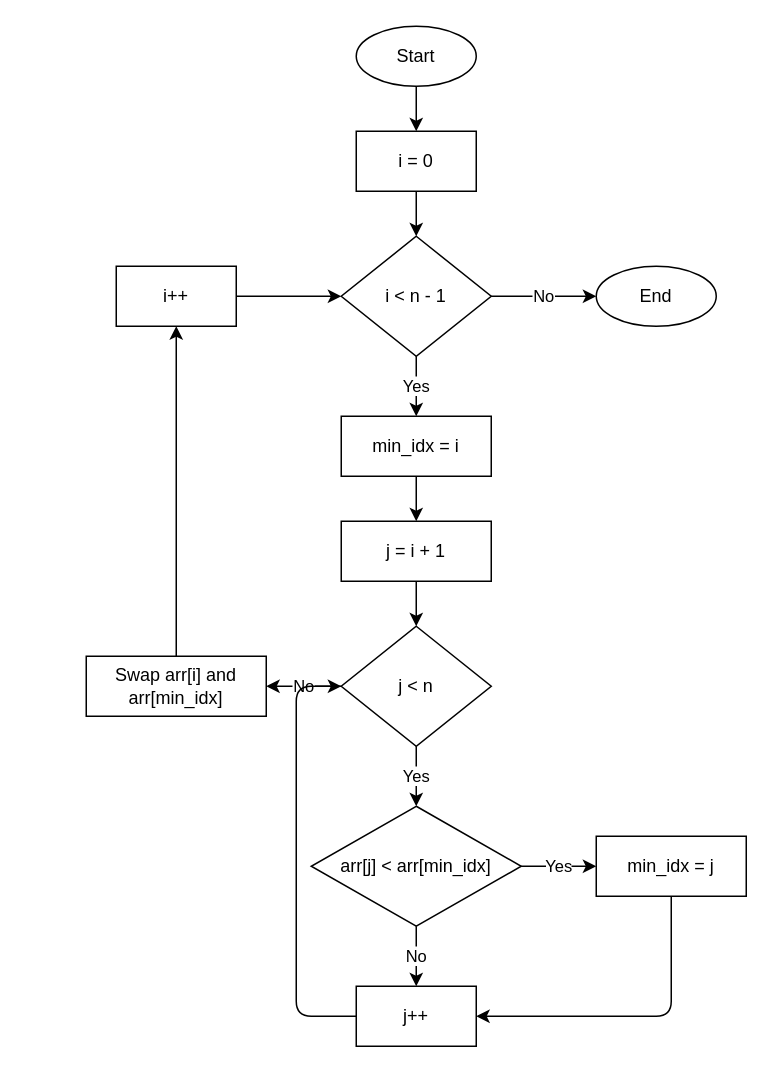
Above: drawio/SelectSort.drawio in ustmd/sortylize (draw.io), before the change. Source tidied: cells renumbered, new cells numbered last; positions are measured from the earlier drawing's top-left corner, leaving out a move shared by most shapes. Both pictures are drawn from the tidied source at 150%, with x=0, y=0 at pixel (86, 26).
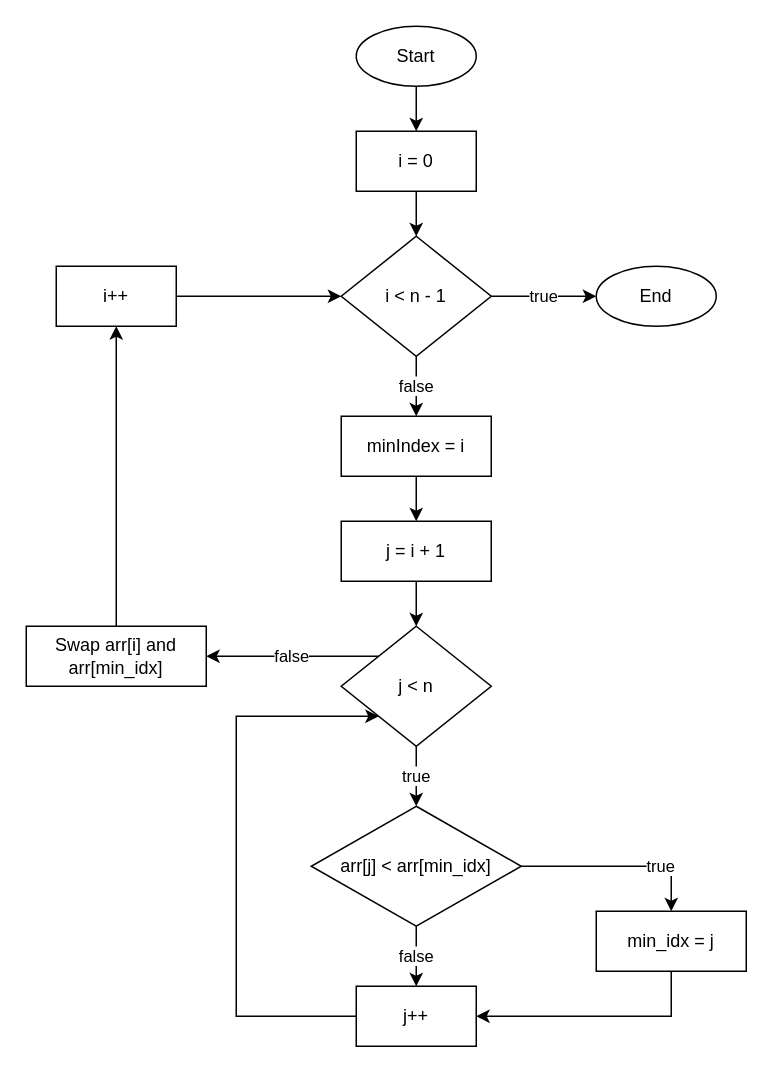
Above is the later version.

Unchanged cells that the change refers to:
```xml
<mxCell id="4" value="i &lt; n - 1" style="rhombus;whiteSpace=wrap;html=1;" parent="1" vertex="1">
  <mxGeometry x="170" y="140" width="100" height="80" as="geometry" />
</mxCell>
<mxCell id="7" value="j &lt; n" style="rhombus;whiteSpace=wrap;html=1;" parent="1" vertex="1">
  <mxGeometry x="170" y="400" width="100" height="80" as="geometry" />
</mxCell>
<mxCell id="8" value="arr[j] &lt; arr[min_idx]" style="rhombus;whiteSpace=wrap;html=1;" parent="1" vertex="1">
  <mxGeometry x="150" y="520" width="140" height="80" as="geometry" />
</mxCell>
<mxCell id="10" value="j++" style="rounded=0;whiteSpace=wrap;html=1;" parent="1" vertex="1">
  <mxGeometry x="180" y="640" width="80" height="40" as="geometry" />
</mxCell>
<mxCell id="13" value="End" style="ellipse;whiteSpace=wrap;html=1;" parent="1" vertex="1">
  <mxGeometry x="340" y="160" width="80" height="40" as="geometry" />
</mxCell>
```

The edit, as a diff of the source:
```diff
@@
-    <mxCell id="5" value="min_idx = i" style="rounded=0;whiteSpace=wrap;html=1;" parent="1" vertex="1">
+    <mxCell id="5" value="minIndex = i" style="rounded=0;whiteSpace=wrap;html=1;" parent="1" vertex="1">
       <mxGeometry x="170" y="260" width="100" height="40" as="geometry" />
     </mxCell>
@@
     <mxCell id="9" value="min_idx = j" style="rounded=0;whiteSpace=wrap;html=1;" parent="1" vertex="1">
-      <mxGeometry x="340" y="540" width="100" height="40" as="geometry" />
+      <mxGeometry x="340" y="590" width="100" height="40" as="geometry" />
     </mxCell>
@@
     <mxCell id="11" value="Swap arr[i] and arr[min_idx]" style="rounded=0;whiteSpace=wrap;html=1;" parent="1" vertex="1">
-      <mxGeometry y="420" width="120" height="40" as="geometry" />
+      <mxGeometry x="-40" y="400" width="120" height="40" as="geometry" />
     </mxCell>
     <mxCell id="12" value="i++" style="rounded=0;whiteSpace=wrap;html=1;" parent="1" vertex="1">
-      <mxGeometry x="20" y="160" width="80" height="40" as="geometry" />
+      <mxGeometry x="-20" y="160" width="80" height="40" as="geometry" />
     </mxCell>
@@
-    <mxCell id="16" value="Yes" style="endArrow=classic;html=1;exitX=0.5;exitY=1;exitDx=0;exitDy=0;entryX=0.5;entryY=0;entryDx=0;entryDy=0;" parent="1" edge="1" source="4" target="5">
+    <mxCell id="16" value="false" style="endArrow=classic;html=1;exitX=0.5;exitY=1;exitDx=0;exitDy=0;entryX=0.5;entryY=0;entryDx=0;entryDy=0;" parent="1" edge="1" source="4" target="5">
       <mxGeometry relative="1" as="geometry" />
     </mxCell>
-    <mxCell id="17" value="No" style="endArrow=classic;html=1;exitX=1;exitY=0.5;exitDx=0;exitDy=0;entryX=0;entryY=0.5;entryDx=0;entryDy=0;" parent="1" edge="1" source="4" target="13">
-      <mxGeometry relative="1" as="geometry" />
+    <mxCell id="17" value="true" style="endArrow=classic;html=1;exitX=1;exitY=0.5;exitDx=0;exitDy=0;entryX=0;entryY=0.5;entryDx=0;entryDy=0;" parent="1" edge="1" source="4" target="13">
+      <mxGeometry x="-0.01" relative="1" as="geometry" />
     </mxCell>
@@
-    <mxCell id="20" value="Yes" style="endArrow=classic;html=1;exitX=0.5;exitY=1;exitDx=0;exitDy=0;entryX=0.5;entryY=0;entryDx=0;entryDy=0;" parent="1" edge="1" source="7" target="8">
+    <mxCell id="20" value="true" style="endArrow=classic;html=1;exitX=0.5;exitY=1;exitDx=0;exitDy=0;entryX=0.5;entryY=0;entryDx=0;entryDy=0;" parent="1" edge="1" source="7" target="8">
       <mxGeometry relative="1" as="geometry" />
     </mxCell>
-    <mxCell id="21" value="No" style="endArrow=classic;html=1;exitX=0;exitY=0.5;exitDx=0;exitDy=0;entryX=1;entryY=0.5;entryDx=0;entryDy=0;" parent="1" edge="1" source="7" target="11">
-      <mxGeometry relative="1" as="geometry" />
+    <mxCell id="21" value="false" style="endArrow=classic;html=1;exitX=0;exitY=0;exitDx=0;exitDy=0;entryX=1;entryY=0.5;entryDx=0;entryDy=0;rounded=0;curved=0;" parent="1" edge="1" source="7" target="11">
+      <mxGeometry x="0.01" relative="1" as="geometry" />
     </mxCell>
-    <mxCell id="22" value="Yes" style="endArrow=classic;html=1;exitX=1;exitY=0.5;exitDx=0;exitDy=0;entryX=0;entryY=0.5;entryDx=0;entryDy=0;" parent="1" edge="1" source="8" target="9">
-      <mxGeometry relative="1" as="geometry" />
+    <mxCell id="22" value="true" style="endArrow=classic;html=1;exitX=1;exitY=0.5;exitDx=0;exitDy=0;entryX=0.5;entryY=0;entryDx=0;entryDy=0;rounded=0;curved=0;" parent="1" edge="1" source="8" target="9">
+      <mxGeometry x="0.43" relative="1" as="geometry">
+        <Array as="points">
+          <mxPoint x="390" y="560" />
+        </Array>
+      </mxGeometry>
     </mxCell>
-    <mxCell id="23" value="No" style="endArrow=classic;html=1;exitX=0.5;exitY=1;exitDx=0;exitDy=0;entryX=0.5;entryY=0;entryDx=0;entryDy=0;" parent="1" edge="1" source="8" target="10">
+    <mxCell id="23" value="false" style="endArrow=classic;html=1;exitX=0.5;exitY=1;exitDx=0;exitDy=0;entryX=0.5;entryY=0;entryDx=0;entryDy=0;" parent="1" edge="1" source="8" target="10">
       <mxGeometry relative="1" as="geometry" />
     </mxCell>
-    <mxCell id="24" style="endArrow=classic;html=1;exitX=0.5;exitY=1;exitDx=0;exitDy=0;entryX=1;entryY=0.5;entryDx=0;entryDy=0;" parent="1" edge="1" source="9" target="10">
+    <mxCell id="24" style="endArrow=classic;html=1;exitX=0.5;exitY=1;exitDx=0;exitDy=0;entryX=1;entryY=0.5;entryDx=0;entryDy=0;rounded=0;curved=0;" parent="1" edge="1" source="9" target="10">
       <mxGeometry relative="1" as="geometry">
         <Array as="points">
           <mxPoint x="390" y="660" />
         </Array>
       </mxGeometry>
     </mxCell>
-    <mxCell id="25" style="endArrow=classic;html=1;exitX=0;exitY=0.5;exitDx=0;exitDy=0;entryX=0;entryY=0.5;entryDx=0;entryDy=0;" parent="1" edge="1" source="10" target="7">
+    <mxCell id="25" style="endArrow=classic;html=1;exitX=0;exitY=0.5;exitDx=0;exitDy=0;entryX=0;entryY=1;entryDx=0;entryDy=0;rounded=0;curved=0;" parent="1" edge="1" source="10" target="7">
       <mxGeometry relative="1" as="geometry">
         <Array as="points">
-          <mxPoint x="140" y="660" />
-          <mxPoint x="140" y="440" />
+          <mxPoint x="100" y="660" />
+          <mxPoint x="100" y="460" />
         </Array>
       </mxGeometry>
     </mxCell>
-    <mxCell id="26" style="endArrow=classic;html=1;exitX=0.5;exitY=0;exitDx=0;exitDy=0;entryX=0.5;entryY=1;entryDx=0;entryDy=0;" parent="1" edge="1" source="11" target="12">
-      <mxGeometry relative="1" as="geometry">
-        <Array as="points">
-          <mxPoint x="60" y="360" />
-        </Array>
-      </mxGeometry>
+    <mxCell id="26" style="endArrow=classic;html=1;exitX=0.5;exitY=0;exitDx=0;exitDy=0;entryX=0.5;entryY=1;entryDx=0;entryDy=0;rounded=0;curved=0;" parent="1" edge="1" source="11" target="12">
+      <mxGeometry relative="1" as="geometry" />
     </mxCell>
```
